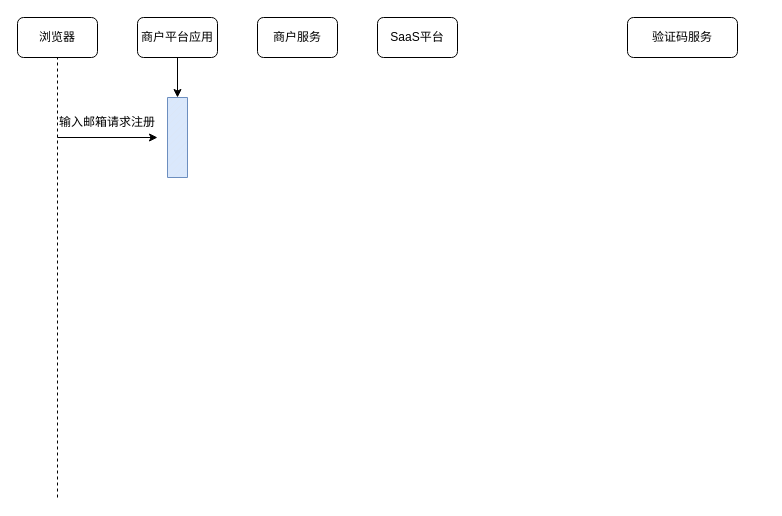
Above: 未命名绘图.drawio in Moyzzz/IRP- (draw.io), before the change. Source tidied: cells renumbered, new cells numbered last; positions are measured from the earlier drawing's top-left corner, leaving out a move shared by most shapes. Both pictures are drawn from the tidied source at 100%, with x=0, y=0 at pixel (17, 17).
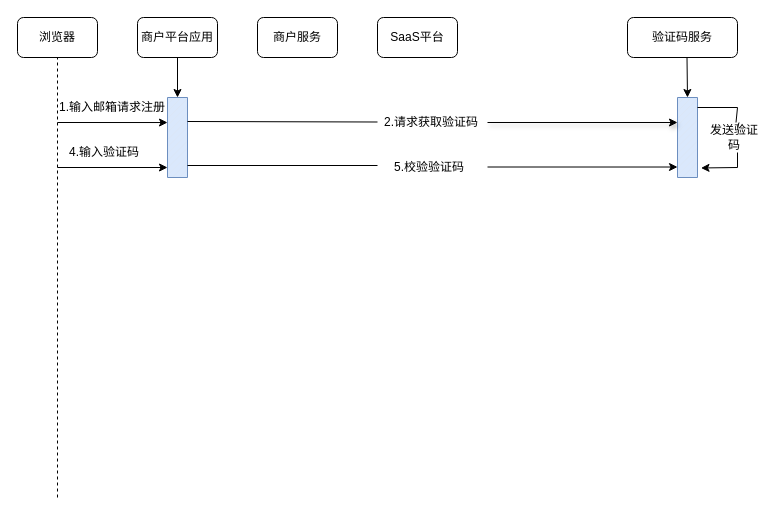
Above is the later version.

Unchanged cells that the change refers to:
```xml
<mxCell id="10" style="verticalLabelPosition=bottom;verticalAlign=top;html=1;shape=mxgraph.basic.patternFillRect;fillStyle=diag;step=5;fillStrokeWidth=0.2;fillStrokeColor=#dddddd;fillColor=#dae8fc;strokeColor=#6c8ebf;" parent="1" vertex="1">
  <mxGeometry x="150" y="80" width="20" height="80" as="geometry" />
</mxCell>
```

What changed in the source:
```diff
@@
-    <mxCell id="8" value="输入邮箱请求注册" style="text;html=1;align=center;verticalAlign=middle;whiteSpace=wrap;rounded=0;" parent="1" vertex="1">
-      <mxGeometry x="40" y="90" width="100" height="30" as="geometry" />
+    <mxCell id="8" value="1.输入邮箱请求注册" style="text;html=1;align=center;verticalAlign=middle;whiteSpace=wrap;rounded=0;" parent="1" vertex="1">
+      <mxGeometry x="40" y="75" width="110" height="30" as="geometry" />
     </mxCell>
-    <mxCell id="9" style="endArrow=classic;html=1;rounded=0;exitX=0;exitY=1;exitDx=0;exitDy=0;" parent="1" edge="1" source="8">
-      <mxGeometry relative="1" as="geometry">
-        <mxPoint x="140" y="120" as="targetPoint" />
-      </mxGeometry>
+    <mxCell id="9" style="endArrow=classic;html=1;rounded=0;exitX=0;exitY=1;exitDx=0;exitDy=0;entryX=0;entryY=0.313;entryDx=0;entryDy=0;entryPerimeter=0;" parent="1" edge="1" source="8" target="10">
+      <mxGeometry relative="1" as="geometry" />
     </mxCell>
@@
+    <mxCell id="12" style="endArrow=none;html=1;rounded=0;" parent="1" edge="1">
+      <mxGeometry relative="1" as="geometry">
+        <mxPoint x="170" y="104" as="sourcePoint" />
+        <mxPoint x="360" y="104.5" as="targetPoint" />
+      </mxGeometry>
+    </mxCell>
+    <mxCell id="13" style="verticalLabelPosition=bottom;verticalAlign=top;html=1;shape=mxgraph.basic.patternFillRect;fillStyle=diag;step=5;fillStrokeWidth=0.2;fillStrokeColor=#dddddd;fillColor=#dae8fc;strokeColor=#6c8ebf;" parent="1" vertex="1">
+      <mxGeometry x="660" y="80" width="20" height="80" as="geometry" />
+    </mxCell>
+    <mxCell id="14" style="endArrow=classic;html=1;rounded=0;" parent="1" edge="1">
+      <mxGeometry relative="1" as="geometry">
+        <mxPoint x="669.5" y="40" as="sourcePoint" />
+        <mxPoint x="670" y="80" as="targetPoint" />
+      </mxGeometry>
+    </mxCell>
+    <mxCell id="15" value="2.请求获取验证码" style="text;html=1;align=left;verticalAlign=middle;whiteSpace=wrap;rounded=0;" parent="1" vertex="1">
+      <mxGeometry x="365" y="90" width="100" height="30" as="geometry" />
+    </mxCell>
+    <mxCell id="16" style="endArrow=classic;html=1;rounded=0;entryX=0;entryY=0.5;entryDx=0;entryDy=0;entryPerimeter=0;jumpSize=6;shadow=1;" parent="1" edge="1">
+      <mxGeometry relative="1" as="geometry">
+        <mxPoint x="470" y="105" as="sourcePoint" />
+        <mxPoint x="660" y="105" as="targetPoint" />
+      </mxGeometry>
+    </mxCell>
+    <mxCell id="17" style="endArrow=none;html=1;rounded=0;" parent="1" edge="1">
+      <mxGeometry relative="1" as="geometry">
+        <mxPoint x="680" y="90" as="sourcePoint" />
+        <mxPoint x="720" y="90" as="targetPoint" />
+      </mxGeometry>
+    </mxCell>
+    <mxCell id="18" style="endArrow=none;html=1;rounded=0;" parent="1" edge="1" source="20">
+      <mxGeometry relative="1" as="geometry">
+        <mxPoint x="720" y="90" as="targetPoint" />
+      </mxGeometry>
+    </mxCell>
+    <mxCell id="19" style="endArrow=none;html=1;rounded=0;" parent="1" edge="1" target="20">
+      <mxGeometry relative="1" as="geometry">
+        <mxPoint x="720" y="110" as="sourcePoint" />
+      </mxGeometry>
+    </mxCell>
+    <mxCell id="20" value="发送验证码" style="text;html=1;align=center;verticalAlign=middle;whiteSpace=wrap;rounded=0;" parent="1" vertex="1">
+      <mxGeometry x="687" y="105" width="60" height="30" as="geometry" />
+    </mxCell>
+    <mxCell id="21" style="endArrow=none;html=1;rounded=0;" parent="1" edge="1">
+      <mxGeometry relative="1" as="geometry">
+        <mxPoint x="720" y="150" as="sourcePoint" />
+        <mxPoint x="720" y="135" as="targetPoint" />
+      </mxGeometry>
+    </mxCell>
+    <mxCell id="22" style="endArrow=classic;html=1;rounded=0;entryX=1.175;entryY=0.881;entryDx=0;entryDy=0;entryPerimeter=0;" parent="1" edge="1" target="13">
+      <mxGeometry relative="1" as="geometry">
+        <mxPoint x="720" y="150" as="sourcePoint" />
+      </mxGeometry>
+    </mxCell>
+    <mxCell id="23" style="endArrow=classic;html=1;rounded=0;" parent="1" edge="1">
+      <mxGeometry relative="1" as="geometry">
+        <mxPoint x="40" y="150" as="sourcePoint" />
+        <mxPoint x="150" y="150" as="targetPoint" />
+      </mxGeometry>
+    </mxCell>
+    <mxCell id="24" value="4.输入验证码" style="text;html=1;align=left;verticalAlign=middle;whiteSpace=wrap;rounded=0;" parent="1" vertex="1">
+      <mxGeometry x="50" y="120" width="90" height="30" as="geometry" />
+    </mxCell>
+    <mxCell id="25" style="endArrow=none;html=1;rounded=0;" parent="1" edge="1">
+      <mxGeometry relative="1" as="geometry">
+        <mxPoint x="170" y="148" as="sourcePoint" />
+        <mxPoint x="360" y="148" as="targetPoint" />
+      </mxGeometry>
+    </mxCell>
+    <mxCell id="26" value="5.校验验证码" style="text;html=1;align=left;verticalAlign=middle;whiteSpace=wrap;rounded=0;" parent="1" vertex="1">
+      <mxGeometry x="375" y="135" width="90" height="30" as="geometry" />
+    </mxCell>
+    <mxCell id="27" style="endArrow=classic;html=1;rounded=0;entryX=0;entryY=0.869;entryDx=0;entryDy=0;entryPerimeter=0;" parent="1" edge="1" target="13">
+      <mxGeometry relative="1" as="geometry">
+        <mxPoint x="470" y="149.5" as="sourcePoint" />
+      </mxGeometry>
+    </mxCell>
```
